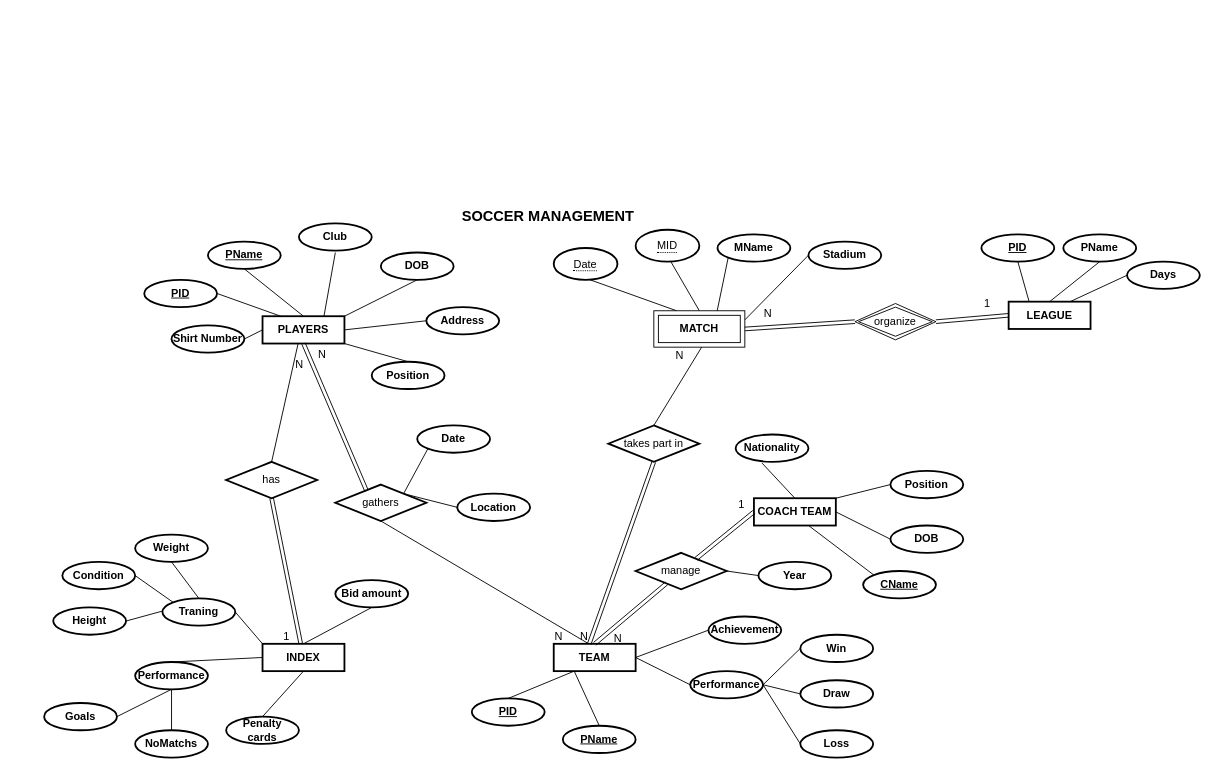
Earlier version of the draw.io diagram SoccerDatabase.drawio (kieuvantuyen01/testGit). Source tidied: cells renumbered, new cells numbered last; positions are measured from the earlier drawing's top-left corner, leaving out a move shared by most shapes. Both pictures are drawn from the tidied source at 91%, with x=0, y=0 at pixel (44, 207).
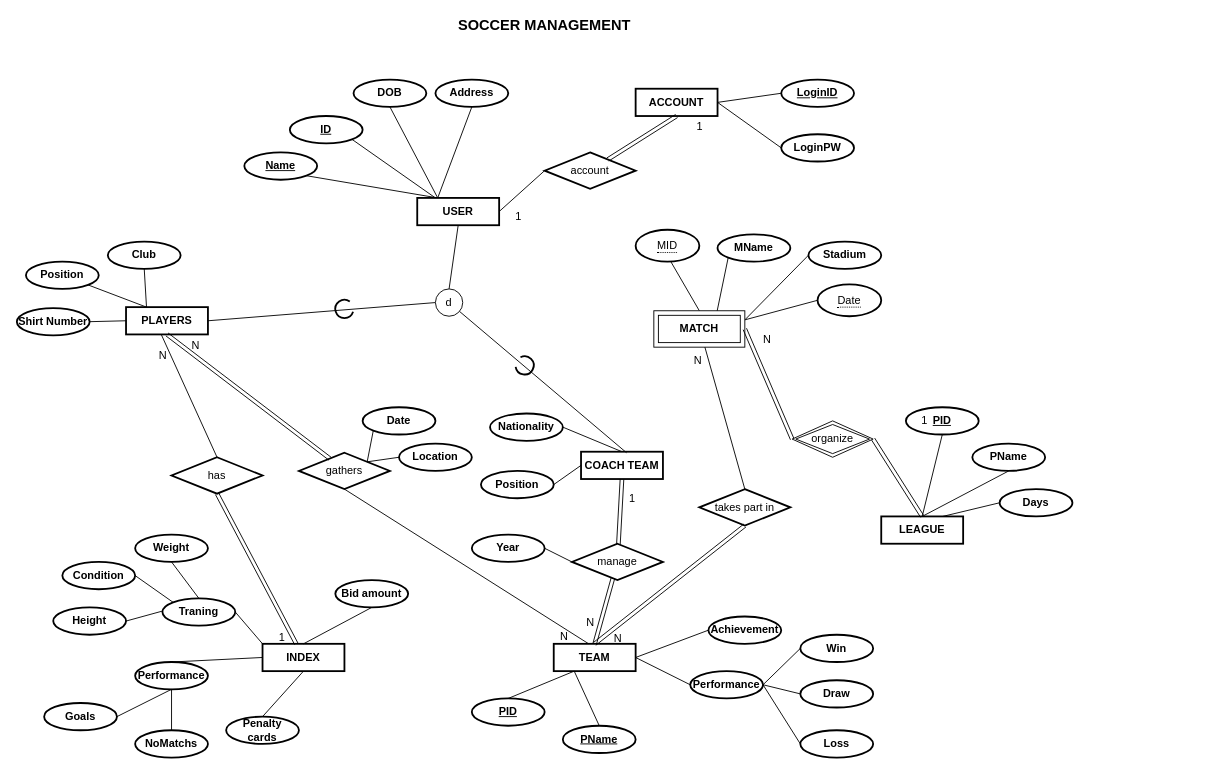
After the change.

Unchanged cells that the change refers to:
```xml
<mxCell id="2" value="TEAM" style="whiteSpace=wrap;html=1;align=center;fontStyle=1;strokeWidth=2;" parent="1" vertex="1">
  <mxGeometry x="560" y="480" width="90" height="30" as="geometry" />
</mxCell>
<mxCell id="64" style="shape=link;html=1;rounded=0;exitX=0.342;exitY=0.165;exitDx=0;exitDy=0;entryX=0.5;entryY=1;entryDx=0;entryDy=0;exitPerimeter=0;" parent="1" edge="1" source="61" target="5">
  <mxGeometry relative="1" as="geometry" />
</mxCell>
<mxCell id="85" style="endArrow=none;html=1;rounded=0;fontSize=16;entryX=0.422;entryY=-0.01;entryDx=0;entryDy=0;entryPerimeter=0;exitX=0.5;exitY=1;exitDx=0;exitDy=0;" parent="1" edge="1" source="61" target="2">
  <mxGeometry relative="1" as="geometry" />
</mxCell>
<mxCell id="101" value="MATCH" style="shape=ext;margin=3;double=1;whiteSpace=wrap;html=1;align=center;fontStyle=1;" parent="1" vertex="1">
  <mxGeometry x="670" y="114" width="100" height="40" as="geometry" />
</mxCell>
<mxCell id="104" style="shape=link;html=1;rounded=0;entryX=1;entryY=0.5;entryDx=0;entryDy=0;exitX=0;exitY=0.5;exitDx=0;exitDy=0;" parent="1" edge="1" source="94" target="101">
  <mxGeometry relative="1" as="geometry" />
</mxCell>
```

The edit, as a diff of the source:
```diff
@@
     <mxCell id="3" value="COACH TEAM" style="whiteSpace=wrap;html=1;align=center;fontStyle=1;strokeWidth=2;" parent="1" vertex="1">
-      <mxGeometry x="780" y="320" width="90" height="30" as="geometry" />
+      <mxGeometry x="590" y="268.9" width="90" height="30" as="geometry" />
     </mxCell>
@@
     <mxCell id="5" value="PLAYERS" style="whiteSpace=wrap;html=1;align=center;fontStyle=1;strokeWidth=2;" parent="1" vertex="1">
-      <mxGeometry x="240" y="120" width="90" height="30" as="geometry" />
+      <mxGeometry x="90" y="110" width="90" height="30" as="geometry" />
     </mxCell>
     <mxCell id="6" value="Club" style="ellipse;whiteSpace=wrap;html=1;align=center;strokeWidth=2;fontStyle=1;" parent="1" vertex="1">
-      <mxGeometry x="280" y="18" width="80" height="30" as="geometry" />
+      <mxGeometry x="70" y="38" width="80" height="30" as="geometry" />
     </mxCell>
     <mxCell id="7" value="Shirt Number" style="ellipse;whiteSpace=wrap;html=1;align=center;strokeWidth=2;fontStyle=1;" parent="1" vertex="1">
-      <mxGeometry x="140" y="130" width="80" height="30" as="geometry" />
+      <mxGeometry x="-30" y="111" width="80" height="30" as="geometry" />
     </mxCell>
     <mxCell id="8" value="Address" style="ellipse;whiteSpace=wrap;html=1;align=center;strokeWidth=2;fontStyle=1;" parent="1" vertex="1">
-      <mxGeometry x="420" y="110" width="80" height="30" as="geometry" />
+      <mxGeometry x="430" y="-140" width="80" height="30" as="geometry" />
     </mxCell>
     <mxCell id="9" value="DOB" style="ellipse;whiteSpace=wrap;html=1;align=center;strokeWidth=2;fontStyle=1;" parent="1" vertex="1">
-      <mxGeometry x="370" y="50" width="80" height="30" as="geometry" />
+      <mxGeometry x="340" y="-140" width="80" height="30" as="geometry" />
     </mxCell>
-    <mxCell id="10" value="PName" style="ellipse;whiteSpace=wrap;html=1;align=center;strokeWidth=2;fontStyle=5;" parent="1" vertex="1">
-      <mxGeometry x="180" y="38" width="80" height="30" as="geometry" />
+    <mxCell id="10" value="Name" style="ellipse;whiteSpace=wrap;html=1;align=center;strokeWidth=2;fontStyle=5;" parent="1" vertex="1">
+      <mxGeometry x="220" y="-60" width="80" height="30" as="geometry" />
     </mxCell>
-    <mxCell id="11" value="PID" style="ellipse;whiteSpace=wrap;html=1;align=center;strokeWidth=2;fontStyle=5;" parent="1" vertex="1">
-      <mxGeometry x="110" y="80" width="80" height="30" as="geometry" />
+    <mxCell id="11" value="ID" style="ellipse;whiteSpace=wrap;html=1;align=center;strokeWidth=2;fontStyle=5;" parent="1" vertex="1">
+      <mxGeometry x="270" y="-100" width="80" height="30" as="geometry" />
     </mxCell>
@@
     <mxCell id="19" value="Position" style="ellipse;whiteSpace=wrap;html=1;align=center;strokeWidth=2;fontStyle=1;" parent="1" vertex="1">
-      <mxGeometry x="360" y="170" width="80" height="30" as="geometry" />
+      <mxGeometry x="-20" y="60" width="80" height="30" as="geometry" />
     </mxCell>
@@
-    <mxCell id="24" value="CName" style="ellipse;whiteSpace=wrap;html=1;align=center;strokeWidth=2;fontStyle=5;" parent="1" vertex="1">
-      <mxGeometry x="900" y="400" width="80" height="30" as="geometry" />
-    </mxCell>
     <mxCell id="25" value="Position" style="ellipse;whiteSpace=wrap;html=1;align=center;strokeWidth=2;fontStyle=1;" parent="1" vertex="1">
-      <mxGeometry x="930" y="290" width="80" height="30" as="geometry" />
+      <mxGeometry x="480" y="290" width="80" height="30" as="geometry" />
     </mxCell>
-    <mxCell id="26" value="DOB" style="ellipse;whiteSpace=wrap;html=1;align=center;strokeWidth=2;fontStyle=1;" parent="1" vertex="1">
-      <mxGeometry x="930" y="350" width="80" height="30" as="geometry" />
-    </mxCell>
     <mxCell id="27" value="Nationality" style="ellipse;whiteSpace=wrap;html=1;align=center;strokeWidth=2;fontStyle=1;" parent="1" vertex="1">
-      <mxGeometry x="759.9" y="250" width="80" height="30" as="geometry" />
+      <mxGeometry x="490" y="226.9" width="80" height="30" as="geometry" />
     </mxCell>
-    <mxCell id="28" style="endArrow=none;html=1;rounded=0;exitX=1;exitY=0;exitDx=0;exitDy=0;entryX=0.5;entryY=1;entryDx=0;entryDy=0;" parent="1" edge="1" source="5" target="9">
+    <mxCell id="28" style="endArrow=none;html=1;rounded=0;exitX=0.25;exitY=0;exitDx=0;exitDy=0;entryX=0.5;entryY=1;entryDx=0;entryDy=0;" parent="1" edge="1" source="108" target="9">
       <mxGeometry relative="1" as="geometry" />
     </mxCell>
-    <mxCell id="29" style="endArrow=none;html=1;rounded=0;exitX=0.75;exitY=0;exitDx=0;exitDy=0;" parent="1" edge="1" source="5">
-      <mxGeometry relative="1" as="geometry">
-        <mxPoint x="320" y="50" as="targetPoint" />
-      </mxGeometry>
+    <mxCell id="29" style="endArrow=none;html=1;rounded=0;exitX=0.25;exitY=0;exitDx=0;exitDy=0;entryX=0.5;entryY=1;entryDx=0;entryDy=0;" parent="1" edge="1" source="5" target="6">
+      <mxGeometry relative="1" as="geometry" />
     </mxCell>
-    <mxCell id="30" style="endArrow=none;html=1;rounded=0;exitX=0.5;exitY=0;exitDx=0;exitDy=0;entryX=0.5;entryY=1;entryDx=0;entryDy=0;" parent="1" edge="1" source="5" target="10">
+    <mxCell id="30" style="endArrow=none;html=1;rounded=0;exitX=0.25;exitY=0;exitDx=0;exitDy=0;entryX=1;entryY=1;entryDx=0;entryDy=0;" parent="1" edge="1" source="108" target="10">
       <mxGeometry relative="1" as="geometry" />
     </mxCell>
-    <mxCell id="31" style="endArrow=none;html=1;rounded=0;entryX=1;entryY=0.5;entryDx=0;entryDy=0;" parent="1" edge="1" target="11">
+    <mxCell id="31" style="endArrow=none;html=1;rounded=0;entryX=1;entryY=1;entryDx=0;entryDy=0;" parent="1" edge="1" target="11">
       <mxGeometry relative="1" as="geometry">
-        <mxPoint x="260" y="120" as="sourcePoint" />
+        <mxPoint x="430" y="-10" as="sourcePoint" />
       </mxGeometry>
     </mxCell>
@@
-    <mxCell id="33" style="endArrow=none;html=1;rounded=0;entryX=0;entryY=0.5;entryDx=0;entryDy=0;exitX=1;exitY=0.5;exitDx=0;exitDy=0;" parent="1" edge="1" source="5" target="8">
+    <mxCell id="33" style="endArrow=none;html=1;rounded=0;entryX=0.5;entryY=1;entryDx=0;entryDy=0;exitX=0.25;exitY=0;exitDx=0;exitDy=0;" parent="1" edge="1" source="108" target="8">
       <mxGeometry relative="1" as="geometry" />
     </mxCell>
-    <mxCell id="34" style="endArrow=none;html=1;rounded=0;entryX=0.5;entryY=0;entryDx=0;entryDy=0;exitX=1;exitY=1;exitDx=0;exitDy=0;" parent="1" edge="1" source="5" target="19">
+    <mxCell id="34" style="endArrow=none;html=1;rounded=0;entryX=1;entryY=1;entryDx=0;entryDy=0;exitX=0.25;exitY=0;exitDx=0;exitDy=0;" parent="1" edge="1" source="5" target="19">
       <mxGeometry relative="1" as="geometry" />
     </mxCell>
@@
-    <mxCell id="44" style="endArrow=none;html=1;rounded=0;entryX=0;entryY=0;entryDx=0;entryDy=0;" parent="1" edge="1" target="24">
-      <mxGeometry relative="1" as="geometry">
-        <mxPoint x="840" y="350" as="sourcePoint" />
-      </mxGeometry>
-    </mxCell>
-    <mxCell id="45" style="endArrow=none;html=1;rounded=0;entryX=0.363;entryY=1.047;entryDx=0;entryDy=0;exitX=0.5;exitY=0;exitDx=0;exitDy=0;entryPerimeter=0;" parent="1" edge="1" source="3" target="27">
+    <mxCell id="45" style="endArrow=none;html=1;rounded=0;entryX=1;entryY=0.5;entryDx=0;entryDy=0;exitX=0.5;exitY=0;exitDx=0;exitDy=0;" parent="1" edge="1" source="3" target="27">
       <mxGeometry relative="1" as="geometry" />
     </mxCell>
-    <mxCell id="46" style="endArrow=none;html=1;rounded=0;entryX=0;entryY=0.5;entryDx=0;entryDy=0;" parent="1" edge="1" target="25">
-      <mxGeometry relative="1" as="geometry">
-        <mxPoint x="870" y="320" as="sourcePoint" />
-      </mxGeometry>
+    <mxCell id="46" style="endArrow=none;html=1;rounded=0;entryX=1;entryY=0.5;entryDx=0;entryDy=0;exitX=0;exitY=0.5;exitDx=0;exitDy=0;" parent="1" edge="1" source="3" target="25">
+      <mxGeometry relative="1" as="geometry" />
     </mxCell>
-    <mxCell id="47" style="endArrow=none;html=1;rounded=0;entryX=0;entryY=0.5;entryDx=0;entryDy=0;exitX=1;exitY=0.5;exitDx=0;exitDy=0;" parent="1" edge="1" source="3" target="26">
-      <mxGeometry relative="1" as="geometry" />
-    </mxCell>
@@
     <mxCell id="60" value="has" style="shape=rhombus;perimeter=rhombusPerimeter;whiteSpace=wrap;html=1;align=center;strokeWidth=2;" parent="1" vertex="1">
-      <mxGeometry x="200" y="280" width="100" height="40" as="geometry" />
+      <mxGeometry x="140" y="275" width="100" height="40" as="geometry" />
     </mxCell>
     <mxCell id="61" value="gathers" style="shape=rhombus;perimeter=rhombusPerimeter;whiteSpace=wrap;html=1;align=center;strokeWidth=2;" parent="1" vertex="1">
-      <mxGeometry x="320" y="305" width="100" height="40" as="geometry" />
+      <mxGeometry x="280" y="270" width="100" height="40" as="geometry" />
     </mxCell>
     <mxCell id="62" value="manage" style="shape=rhombus;perimeter=rhombusPerimeter;whiteSpace=wrap;html=1;align=center;strokeWidth=2;" parent="1" vertex="1">
-      <mxGeometry x="650" y="380" width="100" height="40" as="geometry" />
+      <mxGeometry x="580" y="370" width="100" height="40" as="geometry" />
     </mxCell>
     <mxCell id="63" value="takes part in" style="shape=rhombus;perimeter=rhombusPerimeter;whiteSpace=wrap;html=1;align=center;strokeWidth=2;" parent="1" vertex="1">
-      <mxGeometry x="620" y="240" width="100" height="40" as="geometry" />
+      <mxGeometry x="720" y="310" width="100" height="40" as="geometry" />
     </mxCell>
@@
     <mxCell id="65" value="N" style="html=1;align=right;verticalAlign=bottom;" parent="64" vertex="1">
       <mxGeometry x="1" relative="1" as="geometry">
-        <mxPoint x="25.1" y="20.1" as="offset" />
+        <mxPoint x="35.3" y="20.1" as="offset" />
       </mxGeometry>
     </mxCell>
-    <mxCell id="66" style="shape=link;html=1;rounded=0;entryX=0;entryY=0.5;entryDx=0;entryDy=0;" parent="1" edge="1" source="62" target="3">
+    <mxCell id="66" style="shape=link;html=1;rounded=0;entryX=0.5;entryY=1;entryDx=0;entryDy=0;" parent="1" edge="1" source="62" target="3">
       <mxGeometry relative="1" as="geometry" />
     </mxCell>
     <mxCell id="67" value="1" style="html=1;align=right;verticalAlign=bottom;" parent="66" vertex="1">
       <mxGeometry x="1" relative="1" as="geometry">
-        <mxPoint x="-10.1" y="0.1" as="offset" />
+        <mxPoint x="15.1" y="30.7" as="offset" />
       </mxGeometry>
     </mxCell>
@@
     <mxCell id="73" value="N" style="html=1;align=right;verticalAlign=bottom;" parent="1" vertex="1">
-      <mxGeometry x="323" y="180" as="geometry">
+      <mxGeometry x="173" y="170" as="geometry">
         <mxPoint x="-38" y="1" as="offset" />
       </mxGeometry>
     </mxCell>
-    <mxCell id="74" style="shape=link;html=1;rounded=0;entryX=0.433;entryY=0.007;entryDx=0;entryDy=0;entryPerimeter=0;exitX=0.5;exitY=1;exitDx=0;exitDy=0;" parent="1" edge="1" source="63" target="2">
+    <mxCell id="74" style="shape=link;html=1;rounded=0;entryX=0.5;entryY=0;entryDx=0;entryDy=0;exitX=0.5;exitY=1;exitDx=0;exitDy=0;" parent="1" edge="1" source="63" target="2">
       <mxGeometry relative="1" as="geometry" />
     </mxCell>
@@
     <mxCell id="77" value="Date" style="ellipse;whiteSpace=wrap;html=1;align=center;strokeWidth=2;fontStyle=1;" parent="1" vertex="1">
-      <mxGeometry x="410" y="240" width="80" height="30" as="geometry" />
+      <mxGeometry x="350" y="220" width="80" height="30" as="geometry" />
     </mxCell>
     <mxCell id="78" value="Location" style="ellipse;whiteSpace=wrap;html=1;align=center;strokeWidth=2;fontStyle=1;" parent="1" vertex="1">
-      <mxGeometry x="454" y="315" width="80" height="30" as="geometry" />
+      <mxGeometry x="390" y="260" width="80" height="30" as="geometry" />
     </mxCell>
@@
     <mxCell id="81" value="Year" style="ellipse;whiteSpace=wrap;html=1;align=center;strokeWidth=2;fontStyle=1;" parent="1" vertex="1">
-      <mxGeometry x="785" y="390" width="80" height="30" as="geometry" />
+      <mxGeometry x="470" y="360" width="80" height="30" as="geometry" />
     </mxCell>
-    <mxCell id="82" style="endArrow=none;html=1;rounded=0;entryX=0;entryY=0.5;entryDx=0;entryDy=0;" parent="1" edge="1" target="81">
-      <mxGeometry relative="1" as="geometry">
-        <mxPoint x="750" y="400" as="sourcePoint" />
-      </mxGeometry>
+    <mxCell id="82" style="endArrow=none;html=1;rounded=0;entryX=1;entryY=0.5;entryDx=0;entryDy=0;exitX=0;exitY=0.5;exitDx=0;exitDy=0;" parent="1" edge="1" source="62" target="81">
+      <mxGeometry relative="1" as="geometry" />
     </mxCell>
-    <mxCell id="83" style="endArrow=none;html=1;rounded=0;entryX=0.5;entryY=1;entryDx=0;entryDy=0;exitX=0.25;exitY=0;exitDx=0;exitDy=0;" parent="1" edge="1" source="101">
-      <mxGeometry relative="1" as="geometry">
-        <mxPoint x="600" y="80" as="targetPoint" />
-      </mxGeometry>
+    <mxCell id="83" style="endArrow=none;html=1;rounded=0;entryX=0;entryY=0.5;entryDx=0;entryDy=0;exitX=1;exitY=0.25;exitDx=0;exitDy=0;" parent="1" edge="1" source="101" target="102">
+      <mxGeometry relative="1" as="geometry" />
     </mxCell>
     <mxCell id="84" value="SOCCER MANAGEMENT" style="text;html=1;strokeColor=none;fillColor=none;align=center;verticalAlign=middle;whiteSpace=wrap;rounded=0;fontStyle=1;fontSize=16;" parent="1" vertex="1">
-      <mxGeometry x="454" width="200" height="20" as="geometry" />
+      <mxGeometry x="449.9" y="-210" width="200" height="20" as="geometry" />
     </mxCell>
@@
     <mxCell id="86" value="N" style="html=1;align=right;verticalAlign=bottom;" parent="85" vertex="1">
-      <mxGeometry x="1" relative="1" as="geometry" />
+      <mxGeometry x="1" relative="1" as="geometry">
+        <mxPoint x="7.1" y="-14.7" as="offset" />
+      </mxGeometry>
     </mxCell>
     <mxCell id="87" value="LEAGUE" style="whiteSpace=wrap;html=1;align=center;fontStyle=1;strokeWidth=2;" parent="1" vertex="1">
-      <mxGeometry x="1059.9" y="104" width="90" height="30" as="geometry" />
+      <mxGeometry x="919.9" y="340" width="90" height="30" as="geometry" />
     </mxCell>
     <mxCell id="88" value="PID" style="ellipse;whiteSpace=wrap;html=1;align=center;strokeWidth=2;fontStyle=5;" parent="1" vertex="1">
-      <mxGeometry x="1030" y="30" width="80" height="30" as="geometry" />
+      <mxGeometry x="947" y="220" width="80" height="30" as="geometry" />
     </mxCell>
     <mxCell id="89" value="PName" style="ellipse;whiteSpace=wrap;html=1;align=center;strokeWidth=2;fontStyle=1;" parent="1" vertex="1">
-      <mxGeometry x="1120" y="30" width="80" height="30" as="geometry" />
+      <mxGeometry x="1020" y="260" width="80" height="30" as="geometry" />
     </mxCell>
     <mxCell id="90" value="Days" style="ellipse;whiteSpace=wrap;html=1;align=center;strokeWidth=2;fontStyle=1;" parent="1" vertex="1">
-      <mxGeometry x="1190" y="60" width="80" height="30" as="geometry" />
+      <mxGeometry x="1050" y="310" width="80" height="30" as="geometry" />
     </mxCell>
-    <mxCell id="91" style="endArrow=none;html=1;rounded=0;exitX=0.5;exitY=1;exitDx=0;exitDy=0;entryX=0.25;entryY=0;entryDx=0;entryDy=0;" parent="1" edge="1" source="88" target="87">
+    <mxCell id="91" style="endArrow=none;html=1;rounded=0;exitX=0.5;exitY=1;exitDx=0;exitDy=0;entryX=0.5;entryY=0;entryDx=0;entryDy=0;" parent="1" edge="1" source="88" target="87">
       <mxGeometry relative="1" as="geometry" />
     </mxCell>
@@
     <mxCell id="94" value="organize" style="shape=rhombus;double=1;perimeter=rhombusPerimeter;whiteSpace=wrap;html=1;align=center;" parent="1" vertex="1">
-      <mxGeometry x="891" y="106" width="89" height="40" as="geometry" />
+      <mxGeometry x="822" y="235" width="89" height="40" as="geometry" />
     </mxCell>
@@
     <mxCell id="100" value="N" style="html=1;align=right;verticalAlign=bottom;" parent="1" vertex="1">
-      <mxGeometry x="839.9" y="222.3" as="geometry">
+      <mxGeometry x="860" y="226.9" as="geometry">
         <mxPoint x="-137" y="-50" as="offset" />
       </mxGeometry>
     </mxCell>
@@
     <mxCell id="102" value="&lt;span style=&quot;border-bottom: 1px dotted&quot;&gt;Date&lt;/span&gt;" style="ellipse;whiteSpace=wrap;html=1;align=center;strokeWidth=2;" parent="1" vertex="1">
-      <mxGeometry x="560" y="45" width="70" height="35" as="geometry" />
+      <mxGeometry x="849.9" y="85" width="70" height="35" as="geometry" />
     </mxCell>
@@
     <mxCell id="105" value="N" style="html=1;align=right;verticalAlign=bottom;" parent="104" vertex="1">
       <mxGeometry x="1" relative="1" as="geometry">
-        <mxPoint x="29.4" y="-8.9" as="offset" />
+        <mxPoint x="29.4" y="20" as="offset" />
       </mxGeometry>
     </mxCell>
-    <mxCell id="106" style="shape=link;html=1;rounded=0;entryX=1;entryY=0.5;entryDx=0;entryDy=0;exitX=0;exitY=0.5;exitDx=0;exitDy=0;" parent="1" edge="1" source="87" target="94">
+    <mxCell id="106" style="shape=link;html=1;rounded=0;entryX=1;entryY=0.5;entryDx=0;entryDy=0;exitX=0.5;exitY=0;exitDx=0;exitDy=0;" parent="1" edge="1" source="87" target="94">
       <mxGeometry relative="1" as="geometry" />
     </mxCell>
@@
+    <mxCell id="108" value="USER" style="whiteSpace=wrap;html=1;align=center;fontStyle=1;strokeWidth=2;" parent="1" vertex="1">
+      <mxGeometry x="410" y="-10" width="90" height="30" as="geometry" />
+    </mxCell>
+    <mxCell id="109" style="endArrow=none;html=1;rounded=0;entryX=1;entryY=0.5;entryDx=0;entryDy=0;exitX=0;exitY=0.5;exitDx=0;exitDy=0;" parent="1" edge="1" source="111" target="5">
+      <mxGeometry relative="1" as="geometry" />
+    </mxCell>
+    <mxCell id="110" style="endArrow=none;html=1;rounded=0;" parent="1" edge="1" target="111">
+      <mxGeometry relative="1" as="geometry">
+        <mxPoint x="640" y="270" as="sourcePoint" />
+      </mxGeometry>
+    </mxCell>
+    <mxCell id="111" value="d" style="ellipse;whiteSpace=wrap;html=1;" parent="1" vertex="1">
+      <mxGeometry x="430" y="90" width="30" height="30" as="geometry" />
+    </mxCell>
+    <mxCell id="112" style="endArrow=none;html=1;rounded=0;entryX=0.5;entryY=1;entryDx=0;entryDy=0;exitX=0.5;exitY=0;exitDx=0;exitDy=0;" parent="1" edge="1" source="111" target="108">
+      <mxGeometry relative="1" as="geometry" />
+    </mxCell>
+    <mxCell id="113" value="ACCOUNT" style="whiteSpace=wrap;html=1;align=center;fontStyle=1;strokeWidth=2;" parent="1" vertex="1">
+      <mxGeometry x="650" y="-130" width="90" height="30" as="geometry" />
+    </mxCell>
+    <mxCell id="114" value="LoginPW" style="ellipse;whiteSpace=wrap;html=1;align=center;strokeWidth=2;fontStyle=1;" parent="1" vertex="1">
+      <mxGeometry x="810" y="-80" width="80" height="30" as="geometry" />
+    </mxCell>
+    <mxCell id="115" value="&lt;u&gt;LoginID&lt;/u&gt;" style="ellipse;whiteSpace=wrap;html=1;align=center;strokeWidth=2;fontStyle=1;" parent="1" vertex="1">
+      <mxGeometry x="810" y="-140" width="80" height="30" as="geometry" />
+    </mxCell>
+    <mxCell id="116" style="endArrow=none;html=1;rounded=0;entryX=0;entryY=0.5;entryDx=0;entryDy=0;exitX=1;exitY=0.5;exitDx=0;exitDy=0;" parent="1" edge="1" source="113" target="115">
+      <mxGeometry relative="1" as="geometry" />
+    </mxCell>
+    <mxCell id="117" style="endArrow=none;html=1;rounded=0;entryX=0;entryY=0.5;entryDx=0;entryDy=0;exitX=1;exitY=0.5;exitDx=0;exitDy=0;" parent="1" edge="1" source="113" target="114">
+      <mxGeometry relative="1" as="geometry" />
+    </mxCell>
+    <mxCell id="118" value="account" style="shape=rhombus;perimeter=rhombusPerimeter;whiteSpace=wrap;html=1;align=center;strokeWidth=2;" parent="1" vertex="1">
+      <mxGeometry x="550" y="-60" width="100" height="40" as="geometry" />
+    </mxCell>
+    <mxCell id="119" style="endArrow=none;html=1;rounded=0;entryX=1;entryY=0.5;entryDx=0;entryDy=0;exitX=0;exitY=0.5;exitDx=0;exitDy=0;" parent="1" edge="1" source="118" target="108">
+      <mxGeometry relative="1" as="geometry" />
+    </mxCell>
+    <mxCell id="120" style="shape=link;html=1;rounded=0;entryX=0.5;entryY=1;entryDx=0;entryDy=0;" parent="1" edge="1" source="118" target="113">
+      <mxGeometry relative="1" as="geometry" />
+    </mxCell>
+    <mxCell id="121" value="1" style="html=1;align=right;verticalAlign=bottom;" parent="120" vertex="1">
+      <mxGeometry x="1" relative="1" as="geometry">
+        <mxPoint x="29.4" y="20" as="offset" />
+      </mxGeometry>
+    </mxCell>
+    <mxCell id="122" value="1" style="html=1;align=right;verticalAlign=bottom;" parent="1" vertex="1">
+      <mxGeometry x="750" y="-30" as="geometry">
+        <mxPoint x="-225" y="49" as="offset" />
+      </mxGeometry>
+    </mxCell>
+    <mxCell id="123" style="verticalLabelPosition=bottom;verticalAlign=top;html=1;shape=mxgraph.basic.arc;startAngle=0.3;endAngle=0.1;strokeWidth=2;" parent="1" vertex="1">
+      <mxGeometry x="320" y="102" width="20" height="20" as="geometry" />
+    </mxCell>
+    <mxCell id="124" style="verticalLabelPosition=bottom;verticalAlign=top;html=1;shape=mxgraph.basic.arc;startAngle=0.3;endAngle=0.1;strokeWidth=2;rotation=-135;" parent="1" vertex="1">
+      <mxGeometry x="518" y="164" width="20" height="20" as="geometry" />
+    </mxCell>
```
